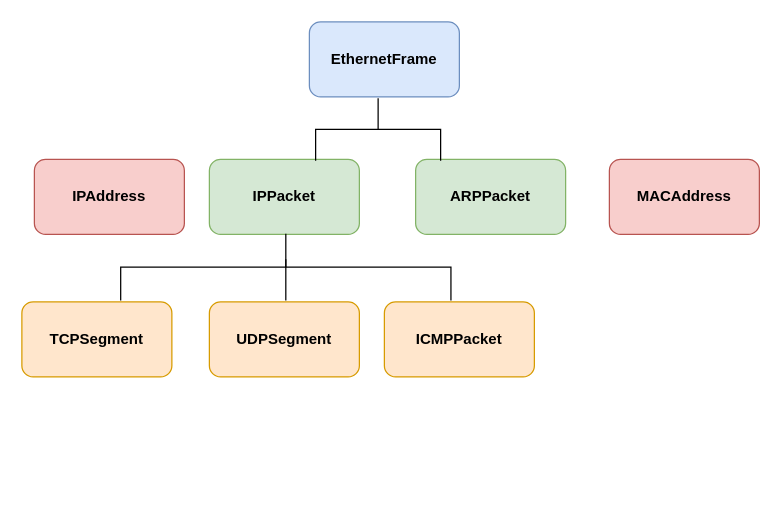
This is cPacketSniffer.drawio from baoqger/drawing.io, a draw.io file, before an edit. Source tidied: cells renumbered, new cells numbered last; positions are measured from the earlier drawing's top-left corner, leaving out a move shared by most shapes. Both pictures are drawn from the tidied source at 125%, with x=0, y=0 at pixel (21, 21).
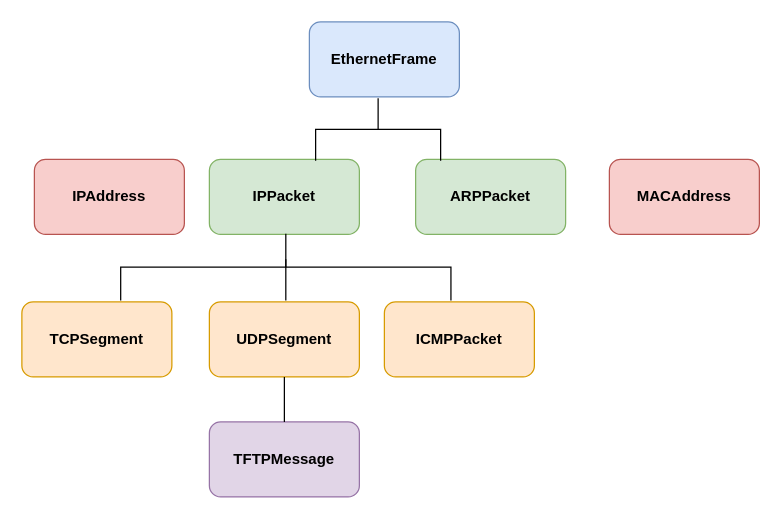
After the change.

Change to the diagram source:
```diff
@@
 <mxGraphModel>
   <root>
     <mxCell id="0" />
     <mxCell id="1" parent="0" />
     <mxCell id="2" value="EthernetFrame" style="rounded=1;whiteSpace=wrap;html=1;fillColor=#dae8fc;strokeColor=#6c8ebf;fontStyle=1;fontSize=12;" parent="1" vertex="1">
       <mxGeometry x="230" width="120" height="60" as="geometry" />
     </mxCell>
     <mxCell id="3" value="IPPacket" style="rounded=1;whiteSpace=wrap;html=1;fillColor=#d5e8d4;strokeColor=#82b366;fontStyle=1;fontSize=12;" parent="1" vertex="1">
       <mxGeometry x="150" y="110" width="120" height="60" as="geometry" />
     </mxCell>
     <mxCell id="4" value="ARPPacket" style="rounded=1;whiteSpace=wrap;html=1;fillColor=#d5e8d4;strokeColor=#82b366;fontStyle=1;fontSize=12;" parent="1" vertex="1">
       <mxGeometry x="315" y="110" width="120" height="60" as="geometry" />
     </mxCell>
     <mxCell id="5" value="TCPSegment" style="rounded=1;whiteSpace=wrap;html=1;fillColor=#ffe6cc;strokeColor=#d79b00;fontStyle=1;fontSize=12;" parent="1" vertex="1">
       <mxGeometry y="224" width="120" height="60" as="geometry" />
     </mxCell>
     <mxCell id="6" value="UDPSegment" style="rounded=1;whiteSpace=wrap;html=1;fillColor=#ffe6cc;strokeColor=#d79b00;fontStyle=1;fontSize=12;" parent="1" vertex="1">
       <mxGeometry x="150" y="224" width="120" height="60" as="geometry" />
     </mxCell>
     <mxCell id="7" value="ICMPPacket" style="rounded=1;whiteSpace=wrap;html=1;fillColor=#ffe6cc;strokeColor=#d79b00;fontStyle=1;fontSize=12;" parent="1" vertex="1">
       <mxGeometry x="290" y="224" width="120" height="60" as="geometry" />
     </mxCell>
     <mxCell id="8" style="strokeWidth=1;html=1;shape=mxgraph.flowchart.annotation_2;align=left;labelPosition=right;fontSize=12;rotation=90;" parent="1" vertex="1">
       <mxGeometry x="260" y="36" width="50" height="100" as="geometry" />
     </mxCell>
     <mxCell id="9" style="strokeWidth=1;html=1;shape=mxgraph.flowchart.annotation_2;align=left;labelPosition=right;fontSize=12;rotation=90;" parent="1" vertex="1">
       <mxGeometry x="184.4" y="64.1" width="53.5" height="264.2" as="geometry" />
     </mxCell>
     <mxCell id="10" style="endArrow=none;html=1;rounded=0;fontSize=12;exitX=1;exitY=0.5;exitDx=0;exitDy=0;exitPerimeter=0;entryX=0.383;entryY=0.5;entryDx=0;entryDy=0;entryPerimeter=0;" parent="1" edge="1" source="9" target="9">
       <mxGeometry relative="1" as="geometry" />
     </mxCell>
     <mxCell id="11" value="IPAddress" style="rounded=1;whiteSpace=wrap;html=1;fillColor=#f8cecc;strokeColor=#b85450;fontStyle=1;fontSize=12;" parent="1" vertex="1">
       <mxGeometry x="10" y="110" width="120" height="60" as="geometry" />
     </mxCell>
     <mxCell id="12" value="MACAddress" style="rounded=1;whiteSpace=wrap;html=1;fillColor=#f8cecc;strokeColor=#b85450;fontStyle=1;fontSize=12;" parent="1" vertex="1">
       <mxGeometry x="470" y="110" width="120" height="60" as="geometry" />
     </mxCell>
+    <mxCell id="13" value="TFTPMessage" style="rounded=1;whiteSpace=wrap;html=1;fillColor=#e1d5e7;strokeColor=#9673a6;fontStyle=1;fontSize=12;" parent="1" vertex="1">
+      <mxGeometry x="150" y="320" width="120" height="60" as="geometry" />
+    </mxCell>
+    <mxCell id="14" style="endArrow=none;html=1;rounded=0;fontSize=12;exitX=0.5;exitY=1;exitDx=0;exitDy=0;entryX=0.5;entryY=0;entryDx=0;entryDy=0;" parent="1" edge="1" source="6" target="13">
+      <mxGeometry relative="1" as="geometry" />
+    </mxCell>
   </root>
 </mxGraphModel>
```
